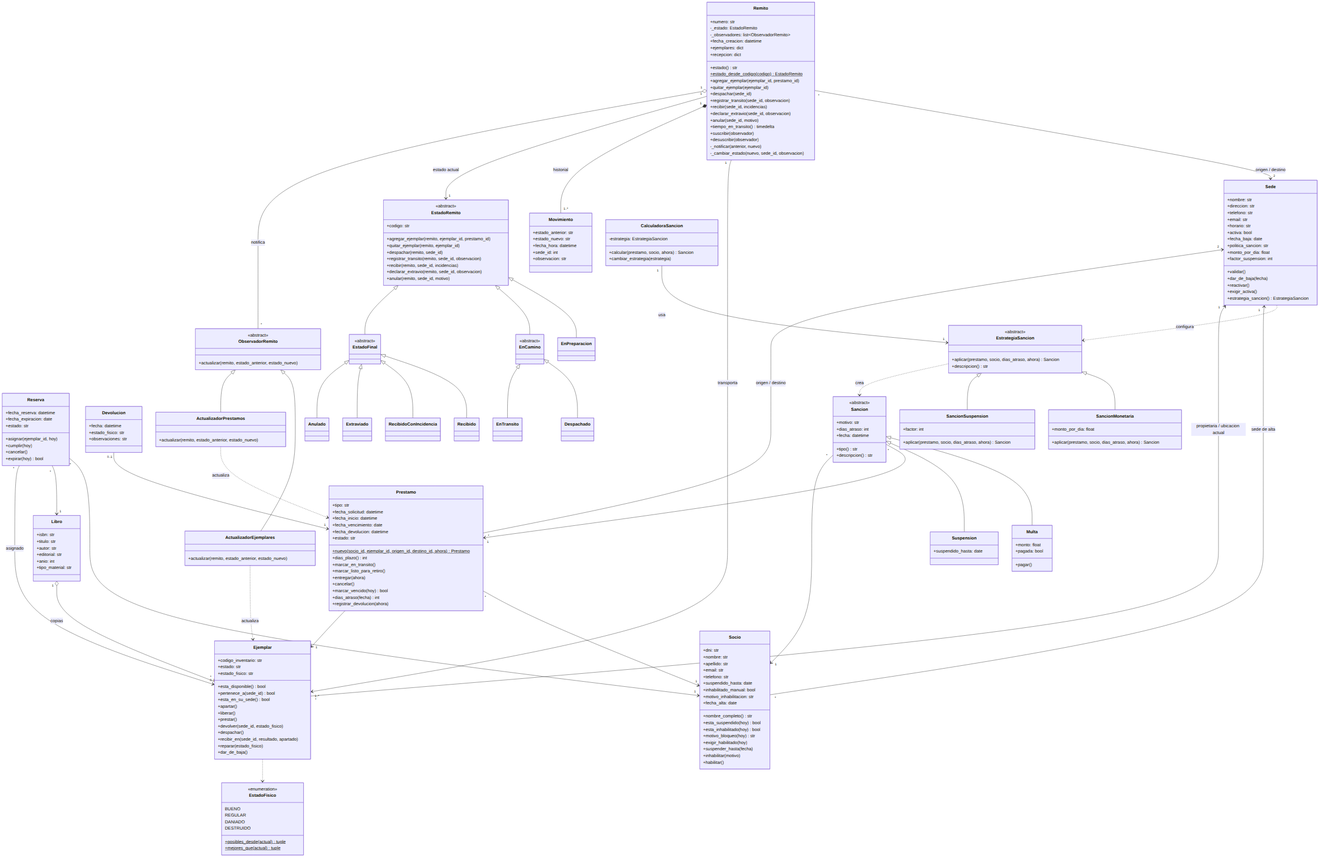
Earlier version of the Mermaid export docs/diagrama-clases.png (FunesFede/tp-dao). Its source is kept beside it as docs/diagrama-clases.mmd.
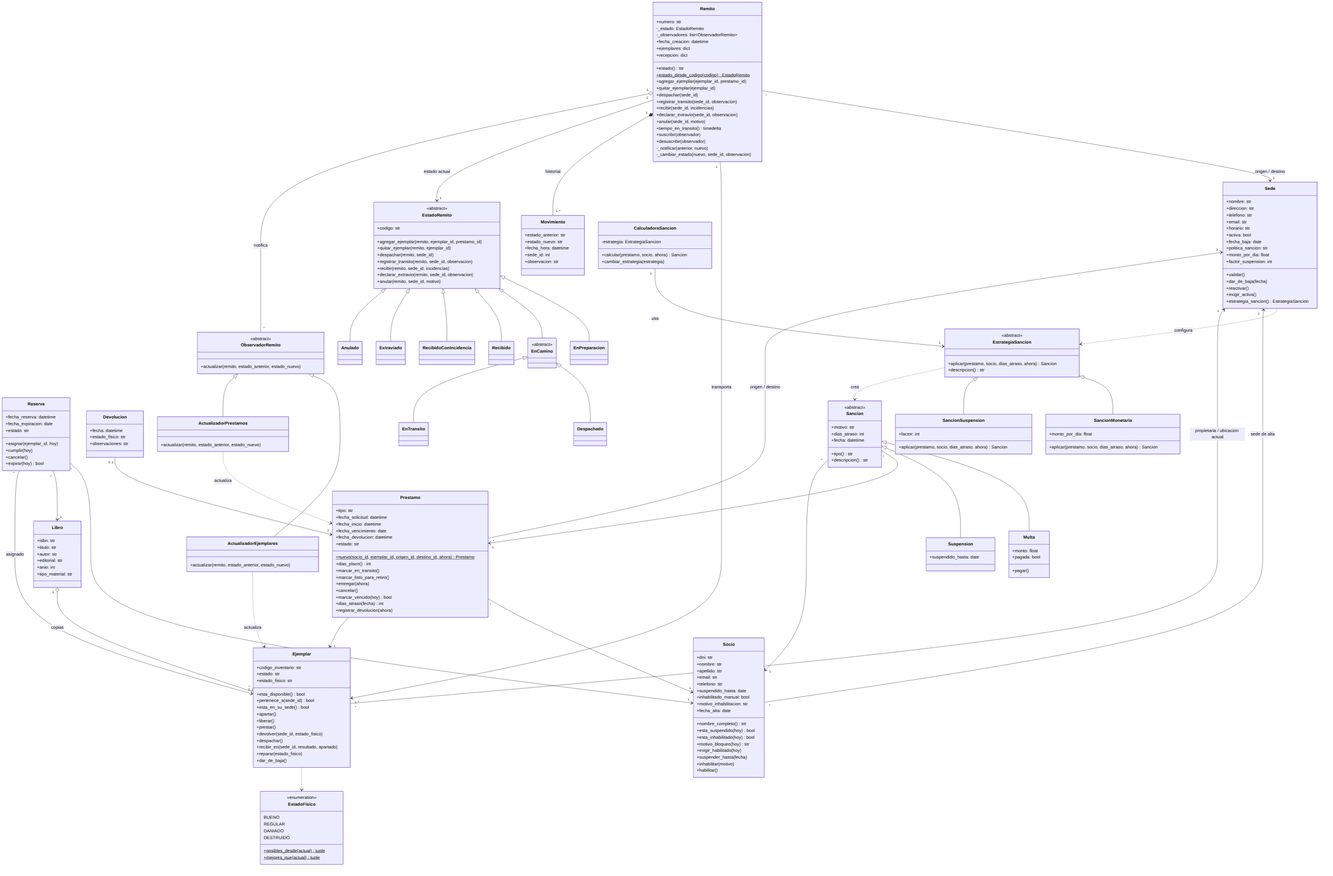
The same file after the commit.

Change to the diagram source:
```diff
@@ -149,9 +149,6 @@
     }
     class Despachado
     class EnTransito
-    class EstadoFinal {
-        <<abstract>>
-    }
     class Recibido
     class RecibidoConIncidencia
     class Extraviado
@@ -223,13 +220,12 @@
 
     EstadoRemito <|-- EnPreparacion
     EstadoRemito <|-- EnCamino
-    EstadoRemito <|-- EstadoFinal
     EnCamino <|-- Despachado
     EnCamino <|-- EnTransito
-    EstadoFinal <|-- Recibido
-    EstadoFinal <|-- RecibidoConIncidencia
-    EstadoFinal <|-- Extraviado
-    EstadoFinal <|-- Anulado
+    EstadoRemito <|-- Recibido
+    EstadoRemito <|-- RecibidoConIncidencia
+    EstadoRemito <|-- Extraviado
+    EstadoRemito <|-- Anulado
 
     Remito "1" o-- "*" ObservadorRemito : notifica
     ObservadorRemito <|-- ActualizadorEjemplares
```
